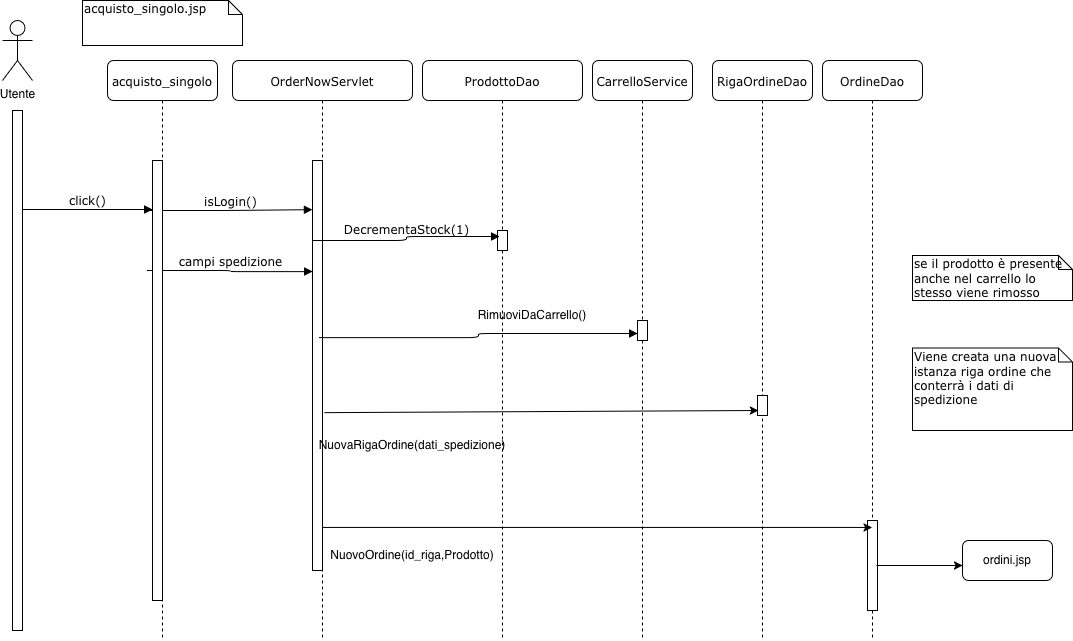
The draw.io diagram Deliverables/Requirement Analysis Document images/SEQUENCE_DIAGRAMS/SequenceDiagramUC3.png in SigsUni/LaCantina, before a commit. Source tidied: cells renumbered, new cells last; positions are measured from the earlier drawing's top-left corner, leaving out a move shared by most shapes. Its diagram source:
```xml
<mxGraphModel>
  <root>
    <mxCell id="0" />
    <mxCell id="1" parent="0" />
    <mxCell id="2" value="OrderNowServlet" style="shape=umlLifeline;perimeter=lifelinePerimeter;whiteSpace=wrap;html=1;rounded=1;shadow=0;comic=0;labelBackgroundColor=none;strokeWidth=1;fontFamily=Verdana;fontSize=12;align=center;" parent="1" vertex="1">
      <mxGeometry x="230" y="60" width="180" height="580" as="geometry" />
    </mxCell>
    <mxCell id="3" style="html=1;points=[];perimeter=orthogonalPerimeter;rounded=0;shadow=0;comic=0;labelBackgroundColor=none;strokeWidth=1;fontFamily=Verdana;fontSize=12;align=center;" parent="2" vertex="1">
      <mxGeometry x="80" y="100" width="10" height="410" as="geometry" />
    </mxCell>
    <mxCell id="4" value="isLogin()" style="html=1;verticalAlign=bottom;endArrow=block;entryX=0;entryY=0.12;labelBackgroundColor=none;fontFamily=Verdana;fontSize=12;edgeStyle=elbowEdgeStyle;elbow=horizontal;entryDx=0;entryDy=0;entryPerimeter=0;" parent="2" edge="1" target="3">
      <mxGeometry relative="1" as="geometry">
        <mxPoint x="-85" y="150" as="sourcePoint" />
      </mxGeometry>
    </mxCell>
    <mxCell id="5" value="campi spedizione" style="html=1;verticalAlign=bottom;endArrow=block;entryX=0;entryY=0.271;labelBackgroundColor=none;fontFamily=Verdana;fontSize=12;edgeStyle=elbowEdgeStyle;elbow=horizontal;entryDx=0;entryDy=0;entryPerimeter=0;" parent="2" edge="1" target="3">
      <mxGeometry relative="1" as="geometry">
        <mxPoint x="-85" y="210" as="sourcePoint" />
      </mxGeometry>
    </mxCell>
    <mxCell id="6" value="ProdottoDao" style="shape=umlLifeline;perimeter=lifelinePerimeter;whiteSpace=wrap;html=1;rounded=1;shadow=0;comic=0;labelBackgroundColor=none;strokeWidth=1;fontFamily=Verdana;fontSize=12;align=center;" parent="1" vertex="1">
      <mxGeometry x="420" y="60" width="160" height="580" as="geometry" />
    </mxCell>
    <mxCell id="7" style="html=1;points=[];perimeter=orthogonalPerimeter;rounded=0;shadow=0;comic=0;labelBackgroundColor=none;strokeWidth=1;fontFamily=Verdana;fontSize=12;align=center;" parent="6" vertex="1">
      <mxGeometry x="75" y="170" width="10" height="20" as="geometry" />
    </mxCell>
    <mxCell id="8" value="NuovaRigaOrdine(dati_spedizione)" style="text;html=1;whiteSpace=wrap;strokeColor=none;fillColor=none;align=center;verticalAlign=middle;rounded=0;" parent="6" vertex="1">
      <mxGeometry x="-40" y="370" width="60" height="30" as="geometry" />
    </mxCell>
    <mxCell id="9" value="NuovoOrdine(id_riga,Prodotto)" style="text;html=1;whiteSpace=wrap;strokeColor=none;fillColor=none;align=center;verticalAlign=middle;rounded=0;" parent="6" vertex="1">
      <mxGeometry x="-40" y="480" width="60" height="30" as="geometry" />
    </mxCell>
    <mxCell id="10" value="acquisto_singolo" style="shape=umlLifeline;perimeter=lifelinePerimeter;whiteSpace=wrap;html=1;rounded=1;shadow=0;comic=0;labelBackgroundColor=none;strokeWidth=1;fontFamily=Verdana;fontSize=12;align=center;" parent="1" vertex="1">
      <mxGeometry x="105" y="60" width="110" height="580" as="geometry" />
    </mxCell>
    <mxCell id="11" style="html=1;points=[];perimeter=orthogonalPerimeter;rounded=0;shadow=0;comic=0;labelBackgroundColor=none;strokeWidth=1;fontFamily=Verdana;fontSize=12;align=center;" parent="10" vertex="1">
      <mxGeometry x="45" y="100" width="10" height="440" as="geometry" />
    </mxCell>
    <mxCell id="12" value="Utente" style="shape=umlActor;verticalLabelPosition=bottom;verticalAlign=top;html=1;" parent="1" vertex="1">
      <mxGeometry y="20" width="30" height="60" as="geometry" />
    </mxCell>
    <mxCell id="13" style="html=1;perimeter=orthogonalPerimeter;rounded=0;shadow=0;comic=0;labelBackgroundColor=none;strokeWidth=1;fontFamily=Verdana;fontSize=12;align=center;" parent="1" vertex="1">
      <mxGeometry x="10" y="110" width="10" height="520" as="geometry" />
    </mxCell>
    <mxCell id="14" value="click()" style="html=1;verticalAlign=bottom;endArrow=block;entryX=0;entryY=0;labelBackgroundColor=none;fontFamily=Verdana;fontSize=12;edgeStyle=elbowEdgeStyle;elbow=vertical;" parent="1" edge="1">
      <mxGeometry relative="1" as="geometry">
        <mxPoint x="20" y="209" as="sourcePoint" />
        <mxPoint x="150" y="209" as="targetPoint" />
      </mxGeometry>
    </mxCell>
    <mxCell id="15" value="acquisto_singolo.jsp" style="shape=note;whiteSpace=wrap;html=1;size=14;verticalAlign=top;align=left;spacingTop=-6;rounded=0;shadow=0;comic=0;labelBackgroundColor=none;strokeWidth=1;fontFamily=Verdana;fontSize=12;" parent="1" vertex="1">
      <mxGeometry x="80" width="160" height="45" as="geometry" />
    </mxCell>
    <mxCell id="16" value="DecrementaStock(1)" style="html=1;verticalAlign=bottom;endArrow=block;entryX=0.2;entryY=0.3;labelBackgroundColor=none;fontFamily=Verdana;fontSize=12;edgeStyle=elbowEdgeStyle;elbow=horizontal;entryDx=0;entryDy=0;entryPerimeter=0;" parent="1" edge="1" target="7">
      <mxGeometry relative="1" as="geometry">
        <mxPoint x="310" y="240" as="sourcePoint" />
      </mxGeometry>
    </mxCell>
    <mxCell id="17" value="RimuoviDaCarrello()" style="text;html=1;whiteSpace=wrap;strokeColor=none;fillColor=none;align=center;verticalAlign=middle;rounded=0;" parent="1" vertex="1">
      <mxGeometry x="500" y="300" width="60" height="30" as="geometry" />
    </mxCell>
    <mxCell id="18" value="CarrelloService" style="shape=umlLifeline;perimeter=lifelinePerimeter;whiteSpace=wrap;html=1;rounded=1;shadow=0;comic=0;labelBackgroundColor=none;strokeWidth=1;fontFamily=Verdana;fontSize=12;align=center;" parent="1" vertex="1">
      <mxGeometry x="590" y="60" width="100" height="580" as="geometry" />
    </mxCell>
    <mxCell id="19" style="html=1;points=[];perimeter=orthogonalPerimeter;rounded=0;shadow=0;comic=0;labelBackgroundColor=none;strokeWidth=1;fontFamily=Verdana;fontSize=12;align=center;" parent="18" vertex="1">
      <mxGeometry x="45" y="260" width="10" height="20" as="geometry" />
    </mxCell>
    <mxCell id="20" style="html=1;verticalAlign=bottom;endArrow=block;entryX=0;entryY=0.65;labelBackgroundColor=none;fontFamily=Verdana;fontSize=12;edgeStyle=elbowEdgeStyle;elbow=horizontal;entryDx=0;entryDy=0;entryPerimeter=0;exitX=0.7;exitY=0.432;exitDx=0;exitDy=0;exitPerimeter=0;" parent="1" edge="1" source="3" target="19">
      <mxGeometry x="-0.47" y="7" relative="1" as="geometry" />
    </mxCell>
    <mxCell id="21" value="se il prodotto è presente anche nel carrello lo stesso viene rimosso" style="shape=note;whiteSpace=wrap;html=1;size=14;verticalAlign=top;align=left;spacingTop=-6;rounded=0;shadow=0;comic=0;labelBackgroundColor=none;strokeWidth=1;fontFamily=Verdana;fontSize=12;" parent="1" vertex="1">
      <mxGeometry x="910" y="255" width="160" height="45" as="geometry" />
    </mxCell>
    <mxCell id="22" value="RigaOrdineDao" style="shape=umlLifeline;perimeter=lifelinePerimeter;whiteSpace=wrap;html=1;rounded=1;shadow=0;comic=0;labelBackgroundColor=none;strokeWidth=1;fontFamily=Verdana;fontSize=12;align=center;" parent="1" vertex="1">
      <mxGeometry x="710" y="60" width="100" height="580" as="geometry" />
    </mxCell>
    <mxCell id="23" style="html=1;points=[];perimeter=orthogonalPerimeter;rounded=0;shadow=0;comic=0;labelBackgroundColor=none;strokeWidth=1;fontFamily=Verdana;fontSize=12;align=center;" parent="22" vertex="1">
      <mxGeometry x="45" y="335" width="10" height="20" as="geometry" />
    </mxCell>
    <mxCell id="24" style="endArrow=classic;html=1;rounded=0;exitX=1.2;exitY=0.615;exitDx=0;exitDy=0;exitPerimeter=0;entryX=0.1;entryY=0.75;entryDx=0;entryDy=0;entryPerimeter=0;" parent="1" edge="1" source="3" target="23">
      <mxGeometry relative="1" as="geometry" />
    </mxCell>
    <mxCell id="25" value="Viene creata una nuova istanza riga ordine che conterrà i dati di spedizione" style="shape=note;whiteSpace=wrap;html=1;size=14;verticalAlign=top;align=left;spacingTop=-6;rounded=0;shadow=0;comic=0;labelBackgroundColor=none;strokeWidth=1;fontFamily=Verdana;fontSize=12;" parent="1" vertex="1">
      <mxGeometry x="910" y="347.5" width="160" height="82.5" as="geometry" />
    </mxCell>
    <mxCell id="26" value="OrdineDao" style="shape=umlLifeline;perimeter=lifelinePerimeter;whiteSpace=wrap;html=1;outlineConnect=0;rounded=1;shadow=0;comic=0;labelBackgroundColor=none;strokeWidth=1;fontFamily=Verdana;fontSize=12;align=center;" parent="1" vertex="1">
      <mxGeometry x="820" y="60" width="100" height="580" as="geometry" />
    </mxCell>
    <mxCell id="27" style="html=1;points=[];perimeter=orthogonalPerimeter;rounded=0;shadow=0;comic=0;labelBackgroundColor=none;strokeWidth=1;fontFamily=Verdana;fontSize=12;align=center;" parent="26" vertex="1">
      <mxGeometry x="45" y="460" width="10" height="90" as="geometry" />
    </mxCell>
    <mxCell id="28" style="endArrow=classic;html=1;rounded=0;exitX=1;exitY=0.895;exitDx=0;exitDy=0;exitPerimeter=0;" parent="1" edge="1" source="3" target="26">
      <mxGeometry relative="1" as="geometry" />
    </mxCell>
    <mxCell id="29" style="endArrow=classic;html=1;rounded=0;exitX=0.9;exitY=0.5;exitDx=0;exitDy=0;exitPerimeter=0;" parent="1" edge="1" source="27">
      <mxGeometry relative="1" as="geometry">
        <mxPoint x="960" y="565" as="targetPoint" />
      </mxGeometry>
    </mxCell>
    <mxCell id="30" value="ordini.jsp" style="rounded=1;whiteSpace=wrap;html=1;" parent="1" vertex="1">
      <mxGeometry x="960" y="540" width="90" height="40" as="geometry" />
    </mxCell>
  </root>
</mxGraphModel>
```
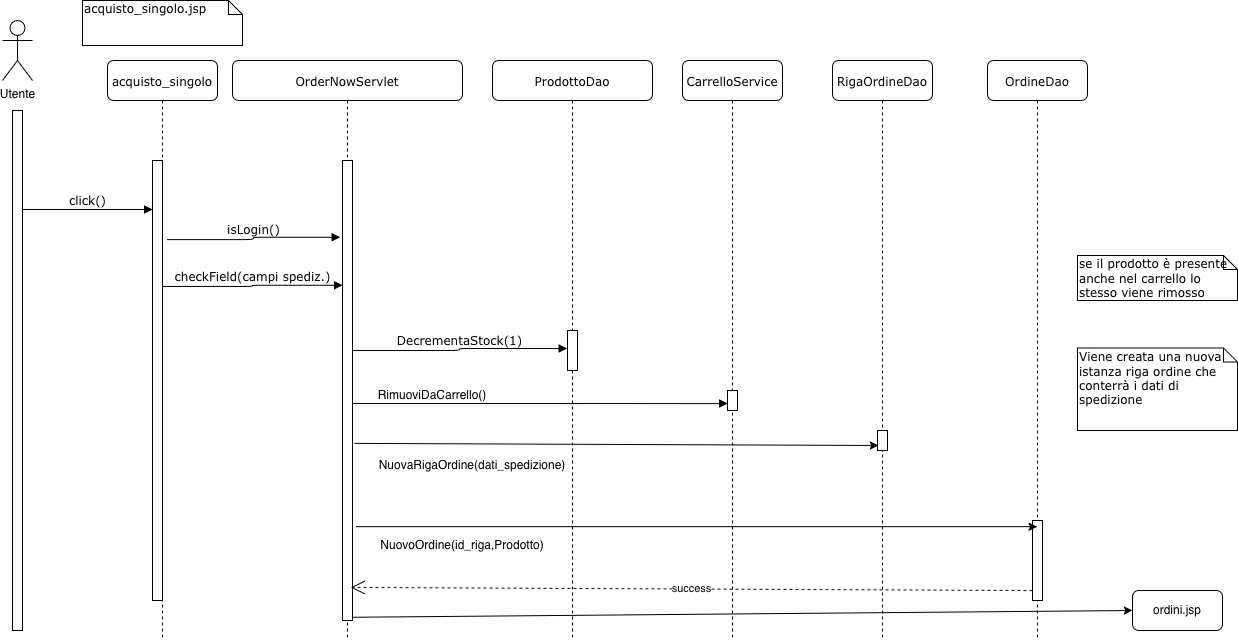
Later version of the same file.

Change to the diagram source:
```diff
@@ -3,32 +3,22 @@
     <mxCell id="0" />
     <mxCell id="1" parent="0" />
     <mxCell id="2" value="OrderNowServlet" style="shape=umlLifeline;perimeter=lifelinePerimeter;whiteSpace=wrap;html=1;rounded=1;shadow=0;comic=0;labelBackgroundColor=none;strokeWidth=1;fontFamily=Verdana;fontSize=12;align=center;" parent="1" vertex="1">
-      <mxGeometry x="230" y="60" width="180" height="580" as="geometry" />
+      <mxGeometry x="230" y="60" width="230" height="580" as="geometry" />
     </mxCell>
     <mxCell id="3" style="html=1;points=[];perimeter=orthogonalPerimeter;rounded=0;shadow=0;comic=0;labelBackgroundColor=none;strokeWidth=1;fontFamily=Verdana;fontSize=12;align=center;" parent="2" vertex="1">
-      <mxGeometry x="80" y="100" width="10" height="410" as="geometry" />
+      <mxGeometry x="110" y="100" width="10" height="460" as="geometry" />
     </mxCell>
-    <mxCell id="4" value="isLogin()" style="html=1;verticalAlign=bottom;endArrow=block;entryX=0;entryY=0.12;labelBackgroundColor=none;fontFamily=Verdana;fontSize=12;edgeStyle=elbowEdgeStyle;elbow=horizontal;entryDx=0;entryDy=0;entryPerimeter=0;" parent="2" edge="1" target="3">
-      <mxGeometry relative="1" as="geometry">
-        <mxPoint x="-85" y="150" as="sourcePoint" />
-      </mxGeometry>
-    </mxCell>
-    <mxCell id="5" value="campi spedizione" style="html=1;verticalAlign=bottom;endArrow=block;entryX=0;entryY=0.271;labelBackgroundColor=none;fontFamily=Verdana;fontSize=12;edgeStyle=elbowEdgeStyle;elbow=horizontal;entryDx=0;entryDy=0;entryPerimeter=0;" parent="2" edge="1" target="3">
-      <mxGeometry relative="1" as="geometry">
-        <mxPoint x="-85" y="210" as="sourcePoint" />
-      </mxGeometry>
-    </mxCell>
+    <mxCell id="8" value="NuovaRigaOrdine(dati_spedizione)" style="text;html=1;whiteSpace=wrap;strokeColor=none;fillColor=none;align=center;verticalAlign=middle;rounded=0;" parent="2" vertex="1">
+      <mxGeometry x="210" y="390" width="60" height="30" as="geometry" />
+    </mxCell>
     <mxCell id="6" value="ProdottoDao" style="shape=umlLifeline;perimeter=lifelinePerimeter;whiteSpace=wrap;html=1;rounded=1;shadow=0;comic=0;labelBackgroundColor=none;strokeWidth=1;fontFamily=Verdana;fontSize=12;align=center;" parent="1" vertex="1">
-      <mxGeometry x="420" y="60" width="160" height="580" as="geometry" />
+      <mxGeometry x="490" y="60" width="160" height="580" as="geometry" />
     </mxCell>
     <mxCell id="7" style="html=1;points=[];perimeter=orthogonalPerimeter;rounded=0;shadow=0;comic=0;labelBackgroundColor=none;strokeWidth=1;fontFamily=Verdana;fontSize=12;align=center;" parent="6" vertex="1">
-      <mxGeometry x="75" y="170" width="10" height="20" as="geometry" />
+      <mxGeometry x="75" y="270" width="10" height="40" as="geometry" />
     </mxCell>
-    <mxCell id="8" value="NuovaRigaOrdine(dati_spedizione)" style="text;html=1;whiteSpace=wrap;strokeColor=none;fillColor=none;align=center;verticalAlign=middle;rounded=0;" parent="6" vertex="1">
-      <mxGeometry x="-40" y="370" width="60" height="30" as="geometry" />
-    </mxCell>
     <mxCell id="9" value="NuovoOrdine(id_riga,Prodotto)" style="text;html=1;whiteSpace=wrap;strokeColor=none;fillColor=none;align=center;verticalAlign=middle;rounded=0;" parent="6" vertex="1">
-      <mxGeometry x="-40" y="480" width="60" height="30" as="geometry" />
+      <mxGeometry x="-60" y="470" width="60" height="30" as="geometry" />
     </mxCell>
     <mxCell id="10" value="acquisto_singolo" style="shape=umlLifeline;perimeter=lifelinePerimeter;whiteSpace=wrap;html=1;rounded=1;shadow=0;comic=0;labelBackgroundColor=none;strokeWidth=1;fontFamily=Verdana;fontSize=12;align=center;" parent="1" vertex="1">
       <mxGeometry x="105" y="60" width="110" height="580" as="geometry" />
@@ -51,54 +41,65 @@
     <mxCell id="15" value="acquisto_singolo.jsp" style="shape=note;whiteSpace=wrap;html=1;size=14;verticalAlign=top;align=left;spacingTop=-6;rounded=0;shadow=0;comic=0;labelBackgroundColor=none;strokeWidth=1;fontFamily=Verdana;fontSize=12;" parent="1" vertex="1">
       <mxGeometry x="80" width="160" height="45" as="geometry" />
     </mxCell>
-    <mxCell id="16" value="DecrementaStock(1)" style="html=1;verticalAlign=bottom;endArrow=block;entryX=0.2;entryY=0.3;labelBackgroundColor=none;fontFamily=Verdana;fontSize=12;edgeStyle=elbowEdgeStyle;elbow=horizontal;entryDx=0;entryDy=0;entryPerimeter=0;" parent="1" edge="1" target="7">
+    <mxCell id="16" value="DecrementaStock(1)" style="html=1;verticalAlign=bottom;endArrow=block;entryX=-0.05;entryY=0.45;labelBackgroundColor=none;fontFamily=Verdana;fontSize=12;edgeStyle=elbowEdgeStyle;elbow=horizontal;entryDx=0;entryDy=0;entryPerimeter=0;" parent="1" edge="1" target="7">
       <mxGeometry relative="1" as="geometry">
-        <mxPoint x="310" y="240" as="sourcePoint" />
+        <mxPoint x="350" y="350" as="sourcePoint" />
       </mxGeometry>
     </mxCell>
     <mxCell id="17" value="RimuoviDaCarrello()" style="text;html=1;whiteSpace=wrap;strokeColor=none;fillColor=none;align=center;verticalAlign=middle;rounded=0;" parent="1" vertex="1">
-      <mxGeometry x="500" y="300" width="60" height="30" as="geometry" />
+      <mxGeometry x="400" y="380" width="60" height="30" as="geometry" />
     </mxCell>
     <mxCell id="18" value="CarrelloService" style="shape=umlLifeline;perimeter=lifelinePerimeter;whiteSpace=wrap;html=1;rounded=1;shadow=0;comic=0;labelBackgroundColor=none;strokeWidth=1;fontFamily=Verdana;fontSize=12;align=center;" parent="1" vertex="1">
-      <mxGeometry x="590" y="60" width="100" height="580" as="geometry" />
+      <mxGeometry x="680" y="60" width="100" height="580" as="geometry" />
     </mxCell>
     <mxCell id="19" style="html=1;points=[];perimeter=orthogonalPerimeter;rounded=0;shadow=0;comic=0;labelBackgroundColor=none;strokeWidth=1;fontFamily=Verdana;fontSize=12;align=center;" parent="18" vertex="1">
-      <mxGeometry x="45" y="260" width="10" height="20" as="geometry" />
+      <mxGeometry x="45" y="330" width="10" height="20" as="geometry" />
     </mxCell>
-    <mxCell id="20" style="html=1;verticalAlign=bottom;endArrow=block;entryX=0;entryY=0.65;labelBackgroundColor=none;fontFamily=Verdana;fontSize=12;edgeStyle=elbowEdgeStyle;elbow=horizontal;entryDx=0;entryDy=0;entryPerimeter=0;exitX=0.7;exitY=0.432;exitDx=0;exitDy=0;exitPerimeter=0;" parent="1" edge="1" source="3" target="19">
+    <mxCell id="20" style="html=1;verticalAlign=bottom;endArrow=block;entryX=0;entryY=0.65;labelBackgroundColor=none;fontFamily=Verdana;fontSize=12;edgeStyle=elbowEdgeStyle;elbow=horizontal;entryDx=0;entryDy=0;entryPerimeter=0;exitX=0.95;exitY=0.528;exitDx=0;exitDy=0;exitPerimeter=0;" parent="1" edge="1" source="3" target="19">
       <mxGeometry x="-0.47" y="7" relative="1" as="geometry" />
     </mxCell>
     <mxCell id="21" value="se il prodotto è presente anche nel carrello lo stesso viene rimosso" style="shape=note;whiteSpace=wrap;html=1;size=14;verticalAlign=top;align=left;spacingTop=-6;rounded=0;shadow=0;comic=0;labelBackgroundColor=none;strokeWidth=1;fontFamily=Verdana;fontSize=12;" parent="1" vertex="1">
-      <mxGeometry x="910" y="255" width="160" height="45" as="geometry" />
+      <mxGeometry x="1075" y="255" width="160" height="45" as="geometry" />
     </mxCell>
     <mxCell id="22" value="RigaOrdineDao" style="shape=umlLifeline;perimeter=lifelinePerimeter;whiteSpace=wrap;html=1;rounded=1;shadow=0;comic=0;labelBackgroundColor=none;strokeWidth=1;fontFamily=Verdana;fontSize=12;align=center;" parent="1" vertex="1">
-      <mxGeometry x="710" y="60" width="100" height="580" as="geometry" />
+      <mxGeometry x="830" y="60" width="100" height="580" as="geometry" />
     </mxCell>
     <mxCell id="23" style="html=1;points=[];perimeter=orthogonalPerimeter;rounded=0;shadow=0;comic=0;labelBackgroundColor=none;strokeWidth=1;fontFamily=Verdana;fontSize=12;align=center;" parent="22" vertex="1">
-      <mxGeometry x="45" y="335" width="10" height="20" as="geometry" />
+      <mxGeometry x="45" y="370" width="10" height="20" as="geometry" />
     </mxCell>
     <mxCell id="24" style="endArrow=classic;html=1;rounded=0;exitX=1.2;exitY=0.615;exitDx=0;exitDy=0;exitPerimeter=0;entryX=0.1;entryY=0.75;entryDx=0;entryDy=0;entryPerimeter=0;" parent="1" edge="1" source="3" target="23">
       <mxGeometry relative="1" as="geometry" />
     </mxCell>
     <mxCell id="25" value="Viene creata una nuova istanza riga ordine che conterrà i dati di spedizione" style="shape=note;whiteSpace=wrap;html=1;size=14;verticalAlign=top;align=left;spacingTop=-6;rounded=0;shadow=0;comic=0;labelBackgroundColor=none;strokeWidth=1;fontFamily=Verdana;fontSize=12;" parent="1" vertex="1">
-      <mxGeometry x="910" y="347.5" width="160" height="82.5" as="geometry" />
+      <mxGeometry x="1075" y="347.5" width="160" height="82.5" as="geometry" />
     </mxCell>
     <mxCell id="26" value="OrdineDao" style="shape=umlLifeline;perimeter=lifelinePerimeter;whiteSpace=wrap;html=1;outlineConnect=0;rounded=1;shadow=0;comic=0;labelBackgroundColor=none;strokeWidth=1;fontFamily=Verdana;fontSize=12;align=center;" parent="1" vertex="1">
-      <mxGeometry x="820" y="60" width="100" height="580" as="geometry" />
+      <mxGeometry x="985" y="60" width="100" height="580" as="geometry" />
     </mxCell>
     <mxCell id="27" style="html=1;points=[];perimeter=orthogonalPerimeter;rounded=0;shadow=0;comic=0;labelBackgroundColor=none;strokeWidth=1;fontFamily=Verdana;fontSize=12;align=center;" parent="26" vertex="1">
-      <mxGeometry x="45" y="460" width="10" height="90" as="geometry" />
+      <mxGeometry x="45" y="460" width="10" height="80" as="geometry" />
     </mxCell>
-    <mxCell id="28" style="endArrow=classic;html=1;rounded=0;exitX=1;exitY=0.895;exitDx=0;exitDy=0;exitPerimeter=0;" parent="1" edge="1" source="3" target="26">
+    <mxCell id="28" style="endArrow=classic;html=1;rounded=0;exitX=1.35;exitY=0.796;exitDx=0;exitDy=0;exitPerimeter=0;" parent="1" edge="1" source="3" target="26">
       <mxGeometry relative="1" as="geometry" />
     </mxCell>
-    <mxCell id="29" style="endArrow=classic;html=1;rounded=0;exitX=0.9;exitY=0.5;exitDx=0;exitDy=0;exitPerimeter=0;" parent="1" edge="1" source="27">
+    <mxCell id="29" style="endArrow=classic;html=1;rounded=0;exitX=0.95;exitY=0.993;exitDx=0;exitDy=0;exitPerimeter=0;" parent="1" edge="1" source="3">
       <mxGeometry relative="1" as="geometry">
-        <mxPoint x="960" y="565" as="targetPoint" />
+        <mxPoint x="1130" y="610" as="targetPoint" />
       </mxGeometry>
     </mxCell>
     <mxCell id="30" value="ordini.jsp" style="rounded=1;whiteSpace=wrap;html=1;" parent="1" vertex="1">
-      <mxGeometry x="960" y="540" width="90" height="40" as="geometry" />
+      <mxGeometry x="1130" y="590" width="90" height="40" as="geometry" />
     </mxCell>
+    <mxCell id="5" value="checkField(campi spediz.)" style="html=1;verticalAlign=bottom;endArrow=block;entryX=0;entryY=0.271;labelBackgroundColor=none;fontFamily=Verdana;fontSize=12;edgeStyle=elbowEdgeStyle;elbow=horizontal;entryDx=0;entryDy=0;entryPerimeter=0;exitX=1.05;exitY=0.286;exitDx=0;exitDy=0;exitPerimeter=0;" parent="1" edge="1" source="11" target="3">
+      <mxGeometry relative="1" as="geometry" />
+    </mxCell>
+    <mxCell id="4" value="isLogin()" style="html=1;verticalAlign=bottom;endArrow=block;entryX=-0.25;entryY=0.167;labelBackgroundColor=none;fontFamily=Verdana;fontSize=12;edgeStyle=elbowEdgeStyle;elbow=horizontal;entryDx=0;entryDy=0;entryPerimeter=0;exitX=1.45;exitY=0.18;exitDx=0;exitDy=0;exitPerimeter=0;" parent="1" edge="1" source="11" target="3">
+      <mxGeometry relative="1" as="geometry" />
+    </mxCell>
+    <mxCell id="31" value="success" style="endArrow=open;endSize=12;dashed=1;html=1;rounded=0;entryX=0.85;entryY=0.928;entryDx=0;entryDy=0;entryPerimeter=0;" parent="1" edge="1" target="3">
+      <mxGeometry relative="1" as="geometry">
+        <mxPoint x="1030" y="590" as="sourcePoint" />
+      </mxGeometry>
+    </mxCell>
   </root>
 </mxGraphModel>
```
